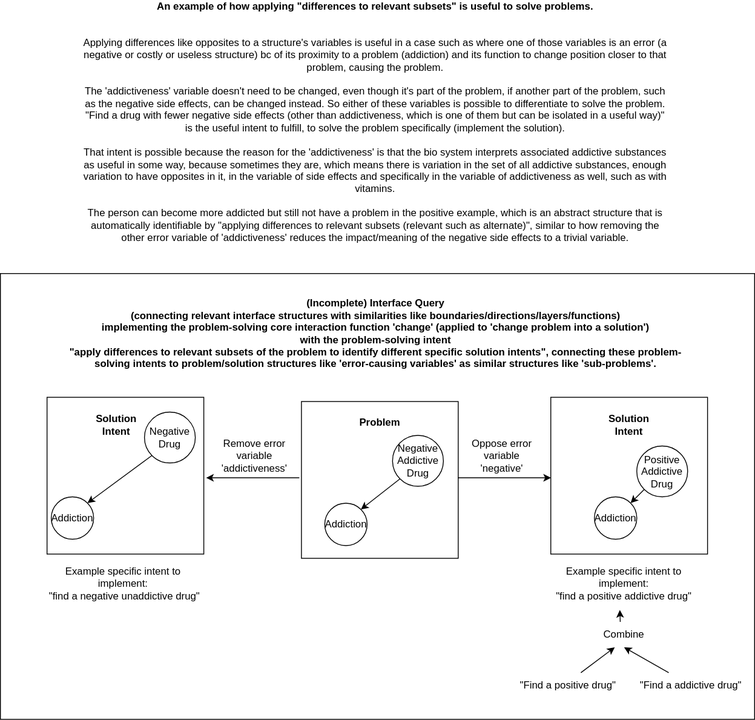
This is docs/objects/connection_to_problem_structures.drawio.svg from outdreamer/build-a-cure, a draw.io export, as it was before one commit. Source tidied: cells renumbered, new cells last; positions are measured from the earlier drawing's top-left corner, leaving out a move shared by most shapes.
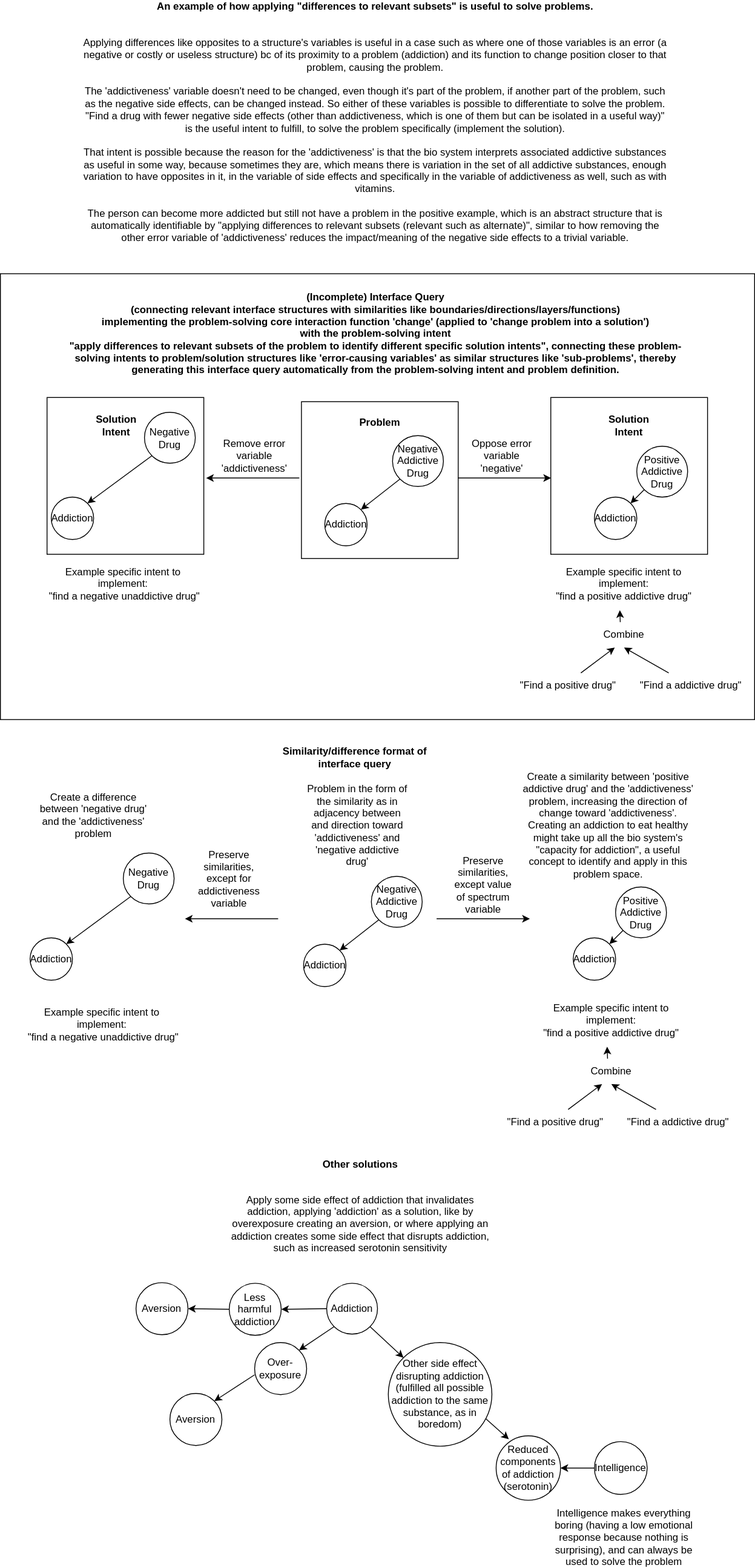
After the commit.

Diff of the diagram source:
```diff
@@ -95,7 +95,7 @@
     <mxCell id="28" value="&lt;b&gt;Problem&lt;/b&gt;" style="text;html=1;strokeColor=none;fillColor=none;align=center;verticalAlign=middle;whiteSpace=wrap;rounded=0;" parent="1" vertex="1">
       <mxGeometry x="417.8" y="355" width="60" height="30" as="geometry" />
     </mxCell>
-    <mxCell id="29" value="&lt;b&gt;(Incomplete) Interface Query &lt;br&gt;(connecting relevant interface structures with similarities like boundaries/directions/layers/functions) &lt;br&gt;implementing the problem-solving core interaction function 'change' (applied to 'change problem into a solution') &lt;br&gt;with the problem-solving intent &lt;br&gt;&quot;apply differences to relevant subsets of the problem to identify different specific solution intents&quot;, connecting these problem-solving intents to problem/solution structures like 'error-causing variables' as similar structures like 'sub-problems'.&lt;/b&gt;" style="text;html=1;strokeColor=none;fillColor=none;align=center;verticalAlign=middle;whiteSpace=wrap;rounded=0;" parent="1" vertex="1">
+    <mxCell id="29" value="&lt;b&gt;(Incomplete) Interface Query &lt;br&gt;(connecting relevant interface structures with similarities like boundaries/directions/layers/functions) &lt;br&gt;implementing the problem-solving core interaction function 'change' (applied to 'change problem into a solution') &lt;br&gt;with the problem-solving intent &lt;br&gt;&quot;apply differences to relevant subsets of the problem to identify different specific solution intents&quot;, connecting these problem-solving intents to problem/solution structures like 'error-causing variables' as similar structures like 'sub-problems', thereby generating this interface query automatically from the problem-solving intent and problem definition.&lt;/b&gt;" style="text;html=1;strokeColor=none;fillColor=none;align=center;verticalAlign=middle;whiteSpace=wrap;rounded=0;" parent="1" vertex="1">
       <mxGeometry x="76.6" y="250" width="732.2" height="30" as="geometry" />
     </mxCell>
     <mxCell id="30" value="&lt;b&gt;Solution Intent&lt;/b&gt;" style="text;html=1;strokeColor=none;fillColor=none;align=center;verticalAlign=middle;whiteSpace=wrap;rounded=0;" parent="1" vertex="1">
@@ -104,5 +104,149 @@
     <mxCell id="31" value="&lt;b&gt;Solution Intent&lt;/b&gt;" style="text;html=1;strokeColor=none;fillColor=none;align=center;verticalAlign=middle;whiteSpace=wrap;rounded=0;" parent="1" vertex="1">
       <mxGeometry x="107.2" y="357.5" width="60" height="30" as="geometry" />
     </mxCell>
+    <mxCell id="32" value="Addiction" style="ellipse;whiteSpace=wrap;html=1;" parent="1" vertex="1">
+      <mxGeometry x="357.8" y="985" width="50" height="50" as="geometry" />
+    </mxCell>
+    <mxCell id="33" value="Negative Addictive&lt;br&gt;Drug" style="ellipse;whiteSpace=wrap;html=1;" parent="1" vertex="1">
+      <mxGeometry x="437.8" y="905" width="60" height="60" as="geometry" />
+    </mxCell>
+    <mxCell id="34" style="endArrow=classic;html=1;rounded=0;exitX=0;exitY=1;exitDx=0;exitDy=0;entryX=1;entryY=0;entryDx=0;entryDy=0;" parent="1" edge="1" source="33" target="32">
+      <mxGeometry relative="1" as="geometry" />
+    </mxCell>
+    <mxCell id="35" value="Addiction" style="ellipse;whiteSpace=wrap;html=1;" parent="1" vertex="1">
+      <mxGeometry x="676" y="977.5" width="50" height="50" as="geometry" />
+    </mxCell>
+    <mxCell id="36" value="Positive Addictive&lt;br&gt;Drug" style="ellipse;whiteSpace=wrap;html=1;" parent="1" vertex="1">
+      <mxGeometry x="726" y="917.5" width="60" height="60" as="geometry" />
+    </mxCell>
+    <mxCell id="37" style="endArrow=classic;html=1;rounded=0;exitX=0;exitY=1;exitDx=0;exitDy=0;entryX=1;entryY=0;entryDx=0;entryDy=0;" parent="1" edge="1" source="36" target="35">
+      <mxGeometry relative="1" as="geometry" />
+    </mxCell>
+    <mxCell id="38" value="Addiction" style="ellipse;whiteSpace=wrap;html=1;" parent="1" vertex="1">
+      <mxGeometry x="35" y="977.5" width="50" height="50" as="geometry" />
+    </mxCell>
+    <mxCell id="39" value="Negative&lt;br&gt;Drug" style="ellipse;whiteSpace=wrap;html=1;" parent="1" vertex="1">
+      <mxGeometry x="145" y="877.5" width="60" height="60" as="geometry" />
+    </mxCell>
+    <mxCell id="40" style="endArrow=classic;html=1;rounded=0;exitX=0;exitY=1;exitDx=0;exitDy=0;entryX=1;entryY=0;entryDx=0;entryDy=0;" parent="1" edge="1" source="39" target="38">
+      <mxGeometry relative="1" as="geometry" />
+    </mxCell>
+    <mxCell id="41" style="endArrow=classic;html=1;rounded=0;" parent="1" edge="1">
+      <mxGeometry relative="1" as="geometry">
+        <mxPoint x="327.8" y="955" as="sourcePoint" />
+        <mxPoint x="217.8" y="955" as="targetPoint" />
+      </mxGeometry>
+    </mxCell>
+    <mxCell id="42" value="Preserve similarities, except for addictiveness variable" style="text;html=1;strokeColor=none;fillColor=none;align=center;verticalAlign=middle;whiteSpace=wrap;rounded=0;" parent="1" vertex="1">
+      <mxGeometry x="240" y="892.5" width="60" height="30" as="geometry" />
+    </mxCell>
+    <mxCell id="43" style="endArrow=classic;html=1;rounded=0;" parent="1" edge="1">
+      <mxGeometry relative="1" as="geometry">
+        <mxPoint x="514.8" y="955" as="sourcePoint" />
+        <mxPoint x="624.8" y="955" as="targetPoint" />
+      </mxGeometry>
+    </mxCell>
+    <mxCell id="44" value="Preserve similarities, except value of spectrum variable" style="text;html=1;strokeColor=none;fillColor=none;align=center;verticalAlign=middle;whiteSpace=wrap;rounded=0;" parent="1" vertex="1">
+      <mxGeometry x="530" y="900" width="80" height="30" as="geometry" />
+    </mxCell>
+    <mxCell id="45" value="Example specific intent to implement:&lt;br&gt;&amp;nbsp;&quot;find a negative unaddictive drug&quot;" style="text;html=1;strokeColor=none;fillColor=none;align=center;verticalAlign=middle;whiteSpace=wrap;rounded=0;" parent="1" vertex="1">
+      <mxGeometry x="25" y="1065" width="190" height="30" as="geometry" />
+    </mxCell>
+    <mxCell id="46" value="Example specific intent to implement:&lt;br&gt;&quot;find a positive addictive drug&quot;" style="text;html=1;strokeColor=none;fillColor=none;align=center;verticalAlign=middle;whiteSpace=wrap;rounded=0;" parent="1" vertex="1">
+      <mxGeometry x="626" y="1060" width="190" height="30" as="geometry" />
+    </mxCell>
+    <mxCell id="47" value="&quot;Find a positive drug&quot;" style="text;html=1;strokeColor=none;fillColor=none;align=center;verticalAlign=middle;whiteSpace=wrap;rounded=0;" parent="1" vertex="1">
+      <mxGeometry x="580" y="1180" width="150" height="30" as="geometry" />
+    </mxCell>
+    <mxCell id="48" value="&quot;Find a addictive drug&quot;" style="text;html=1;strokeColor=none;fillColor=none;align=center;verticalAlign=middle;whiteSpace=wrap;rounded=0;" parent="1" vertex="1">
+      <mxGeometry x="725" y="1180" width="150" height="30" as="geometry" />
+    </mxCell>
+    <mxCell id="49" value="Combine" style="text;html=1;strokeColor=none;fillColor=none;align=center;verticalAlign=middle;whiteSpace=wrap;rounded=0;" parent="1" vertex="1">
+      <mxGeometry x="646" y="1120" width="150" height="30" as="geometry" />
+    </mxCell>
+    <mxCell id="50" style="endArrow=classic;html=1;rounded=0;" parent="1" edge="1">
+      <mxGeometry relative="1" as="geometry">
+        <mxPoint x="670" y="1180" as="sourcePoint" />
+        <mxPoint x="710" y="1150" as="targetPoint" />
+      </mxGeometry>
+    </mxCell>
+    <mxCell id="51" style="endArrow=classic;html=1;rounded=0;entryX=0.5;entryY=1;entryDx=0;entryDy=0;" parent="1" edge="1" source="48" target="49">
+      <mxGeometry relative="1" as="geometry" />
+    </mxCell>
+    <mxCell id="52" style="endArrow=classic;html=1;rounded=0;" parent="1" edge="1">
+      <mxGeometry relative="1" as="geometry">
+        <mxPoint x="716.5" y="1120" as="sourcePoint" />
+        <mxPoint x="716" y="1106" as="targetPoint" />
+      </mxGeometry>
+    </mxCell>
+    <mxCell id="53" value="Problem in the form of the similarity as in adjacency between and direction toward 'addictiveness' and 'negative addictive drug'" style="text;html=1;strokeColor=none;fillColor=none;align=center;verticalAlign=middle;whiteSpace=wrap;rounded=0;" parent="1" vertex="1">
+      <mxGeometry x="357.8" y="830" width="127.2" height="30" as="geometry" />
+    </mxCell>
+    <mxCell id="54" value="Create a similarity between 'positive addictive drug' and the 'addictiveness' problem, increasing the direction of change toward 'addictiveness'. Creating an addiction to eat healthy might take up all the bio system's &quot;capacity for addiction&quot;, a useful concept to identify and apply in this problem space." style="text;html=1;strokeColor=none;fillColor=none;align=center;verticalAlign=middle;whiteSpace=wrap;rounded=0;" parent="1" vertex="1">
+      <mxGeometry x="612.8" y="830" width="209" height="30" as="geometry" />
+    </mxCell>
+    <mxCell id="55" value="Create a difference between 'negative drug' and the 'addictiveness' problem" style="text;html=1;strokeColor=none;fillColor=none;align=center;verticalAlign=middle;whiteSpace=wrap;rounded=0;" parent="1" vertex="1">
+      <mxGeometry x="40" y="817.5" width="140" height="30" as="geometry" />
+    </mxCell>
+    <mxCell id="56" value="Over-exposure" style="ellipse;whiteSpace=wrap;html=1;" parent="1" vertex="1">
+      <mxGeometry x="300" y="1455" width="61.4" height="61.4" as="geometry" />
+    </mxCell>
+    <mxCell id="57" value="Addiction" style="ellipse;whiteSpace=wrap;html=1;" parent="1" vertex="1">
+      <mxGeometry x="385" y="1385" width="60" height="60" as="geometry" />
+    </mxCell>
+    <mxCell id="58" style="endArrow=classic;html=1;rounded=0;exitX=0;exitY=1;exitDx=0;exitDy=0;entryX=1;entryY=0;entryDx=0;entryDy=0;" parent="1" edge="1" source="57" target="56">
+      <mxGeometry relative="1" as="geometry" />
+    </mxCell>
+    <mxCell id="59" value="Apply some side effect of addiction that invalidates addiction, applying 'addiction' as a solution, like by overexposure creating an aversion, or where applying an addiction creates some side effect that disrupts addiction, such as increased serotonin sensitivity" style="text;html=1;strokeColor=none;fillColor=none;align=center;verticalAlign=middle;whiteSpace=wrap;rounded=0;" parent="1" vertex="1">
+      <mxGeometry x="270" y="1300" width="310" height="30" as="geometry" />
+    </mxCell>
+    <mxCell id="60" value="Aversion" style="ellipse;whiteSpace=wrap;html=1;" parent="1" vertex="1">
+      <mxGeometry x="200" y="1515" width="61.4" height="61.4" as="geometry" />
+    </mxCell>
+    <mxCell id="61" style="endArrow=classic;html=1;rounded=0;exitX=0;exitY=0.619;exitDx=0;exitDy=0;entryX=1;entryY=0;entryDx=0;entryDy=0;exitPerimeter=0;" parent="1" edge="1" source="56" target="60">
+      <mxGeometry relative="1" as="geometry" />
+    </mxCell>
+    <mxCell id="62" value="Other side effect disrupting addiction (fulfilled all possible addiction to the same substance, as in boredom)" style="ellipse;whiteSpace=wrap;html=1;" parent="1" vertex="1">
+      <mxGeometry x="457.8" y="1455" width="122.2" height="122.2" as="geometry" />
+    </mxCell>
+    <mxCell id="63" style="endArrow=classic;html=1;rounded=0;exitX=1;exitY=1;exitDx=0;exitDy=0;entryX=0;entryY=0;entryDx=0;entryDy=0;" parent="1" edge="1" source="57" target="62">
+      <mxGeometry relative="1" as="geometry" />
+    </mxCell>
+    <mxCell id="64" value="Reduced components of addiction (serotonin)" style="ellipse;whiteSpace=wrap;html=1;" parent="1" vertex="1">
+      <mxGeometry x="585" y="1565" width="76" height="76" as="geometry" />
+    </mxCell>
+    <mxCell id="65" style="endArrow=classic;html=1;rounded=0;entryX=0.158;entryY=0.053;entryDx=0;entryDy=0;entryPerimeter=0;" parent="1" edge="1">
+      <mxGeometry relative="1" as="geometry">
+        <mxPoint x="573" y="1545" as="sourcePoint" />
+        <mxPoint x="600" y="1569" as="targetPoint" />
+      </mxGeometry>
+    </mxCell>
+    <mxCell id="66" value="Less harmful addiction" style="ellipse;whiteSpace=wrap;html=1;" parent="1" vertex="1">
+      <mxGeometry x="270" y="1385" width="61.4" height="61.4" as="geometry" />
+    </mxCell>
+    <mxCell id="67" value="Aversion" style="ellipse;whiteSpace=wrap;html=1;" parent="1" vertex="1">
+      <mxGeometry x="160" y="1384.3" width="61.4" height="61.4" as="geometry" />
+    </mxCell>
+    <mxCell id="68" style="endArrow=classic;html=1;rounded=0;exitX=0;exitY=0.5;exitDx=0;exitDy=0;" parent="1" edge="1" source="66" target="67">
+      <mxGeometry relative="1" as="geometry" />
+    </mxCell>
+    <mxCell id="69" style="endArrow=classic;html=1;rounded=0;exitX=0;exitY=0.5;exitDx=0;exitDy=0;entryX=1;entryY=0.5;entryDx=0;entryDy=0;" parent="1" edge="1" source="57" target="66">
+      <mxGeometry relative="1" as="geometry" />
+    </mxCell>
+    <mxCell id="70" value="Intelligence" style="ellipse;whiteSpace=wrap;html=1;" parent="1" vertex="1">
+      <mxGeometry x="701" y="1571.9" width="62.2" height="62.2" as="geometry" />
+    </mxCell>
+    <mxCell id="71" style="endArrow=classic;html=1;rounded=0;entryX=1;entryY=0.5;entryDx=0;entryDy=0;exitX=0;exitY=0.5;exitDx=0;exitDy=0;" parent="1" edge="1" source="70" target="64">
+      <mxGeometry relative="1" as="geometry" />
+    </mxCell>
+    <mxCell id="72" value="Intelligence makes everything boring (having a low emotional response because nothing is surprising), and can always be used to solve the problem" style="text;html=1;strokeColor=none;fillColor=none;align=center;verticalAlign=middle;whiteSpace=wrap;rounded=0;" parent="1" vertex="1">
+      <mxGeometry x="650.2" y="1670" width="171.5" height="30" as="geometry" />
+    </mxCell>
+    <mxCell id="73" value="Similarity/difference format of interface query" style="text;html=1;strokeColor=none;fillColor=none;align=center;verticalAlign=middle;whiteSpace=wrap;rounded=0;fontStyle=1;" parent="1" vertex="1">
+      <mxGeometry x="324.2" y="750" width="188.6" height="30" as="geometry" />
+    </mxCell>
+    <mxCell id="74" value="Other solutions" style="text;html=1;strokeColor=none;fillColor=none;align=center;verticalAlign=middle;whiteSpace=wrap;rounded=0;fontStyle=1;" parent="1" vertex="1">
+      <mxGeometry x="350" y="1230" width="150" height="30" as="geometry" />
+    </mxCell>
   </root>
 </mxGraphModel>
```
